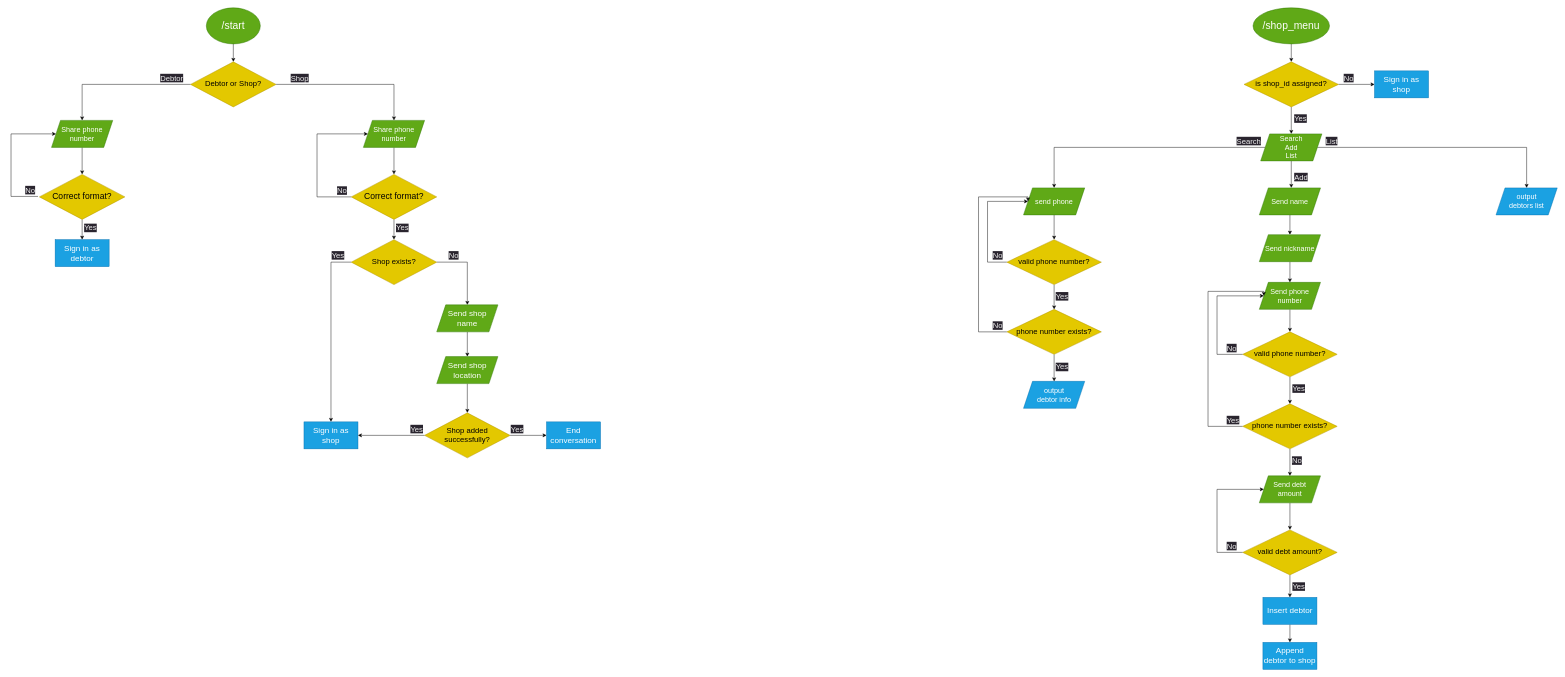
Earlier version of the draw.io diagram flowchart.drawio (sukhrobyangibaev/qarz_daftar). Source tidied: cells renumbered, new cells numbered last; positions are measured from the earlier drawing's top-left corner, leaving out a move shared by most shapes. Both pictures are drawn from the tidied source at 45%, with x=0, y=0 at pixel (11, 8).
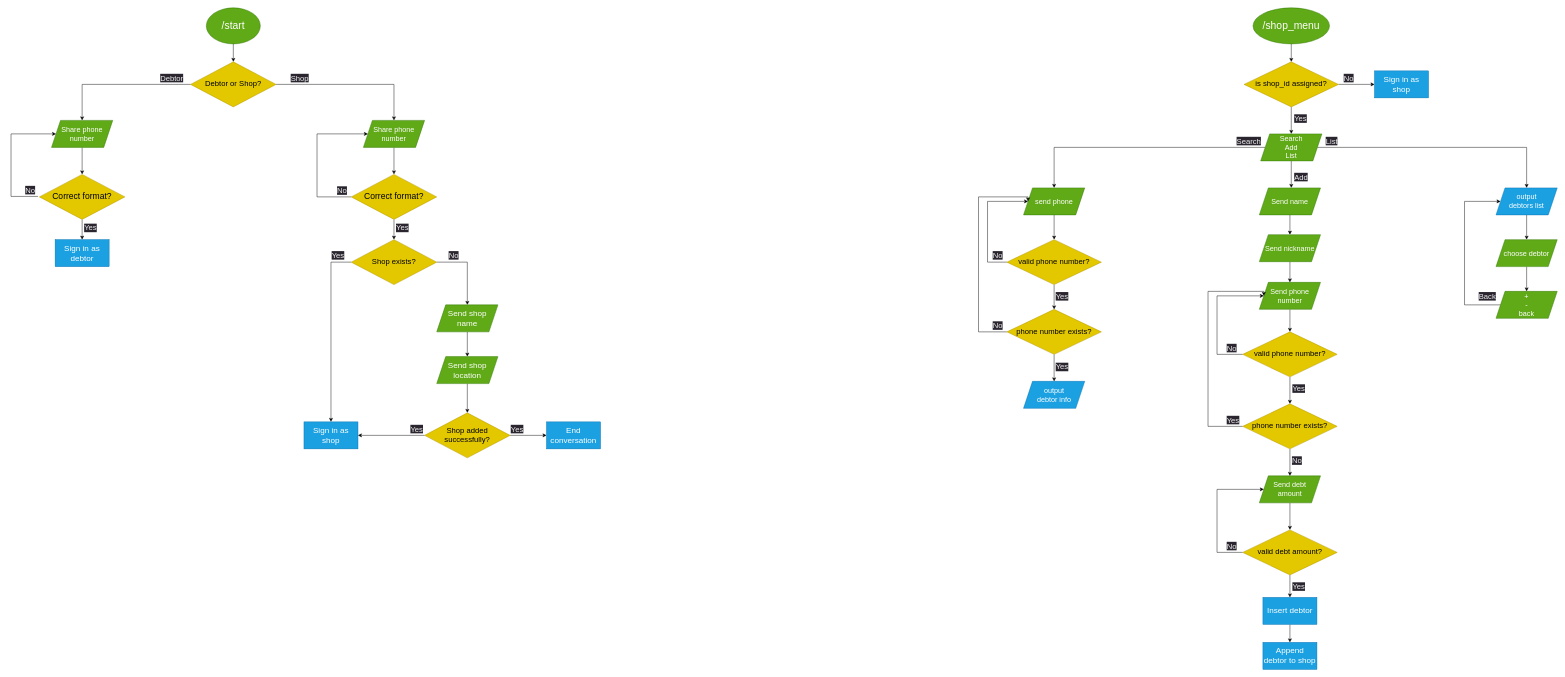
After the change.

The change refers to these unchanged cells:
```xml
<mxCell id="94" value="&lt;font style=&quot;font-size: 16px;&quot;&gt;output &lt;br&gt;debtors list&lt;br&gt;&lt;/font&gt;" style="shape=parallelogram;perimeter=parallelogramPerimeter;whiteSpace=wrap;html=1;fixedSize=1;fillColor=#1ba1e2;fontColor=#ffffff;strokeColor=#006EAF;" parent="1" vertex="1">
  <mxGeometry x="3300" y="400" width="136" height="60" as="geometry" />
</mxCell>
```

Diff of the diagram source:
```diff
@@
+    <mxCell id="95" style="edgeStyle=orthogonalEdgeStyle;rounded=0;jettySize=auto;html=1;exitX=0.5;exitY=1;exitDx=0;exitDy=0;entryX=0.5;entryY=0;entryDx=0;entryDy=0;" parent="1" edge="1" source="94" target="97">
+      <mxGeometry relative="1" as="geometry" />
+    </mxCell>
@@
+    <mxCell id="96" style="edgeStyle=orthogonalEdgeStyle;rounded=0;jettySize=auto;html=1;exitX=0.5;exitY=1;exitDx=0;exitDy=0;entryX=0.5;entryY=0;entryDx=0;entryDy=0;" parent="1" edge="1" source="97" target="99">
+      <mxGeometry relative="1" as="geometry" />
+    </mxCell>
+    <mxCell id="97" value="&lt;font style=&quot;font-size: 16px;&quot;&gt;choose debtor&lt;br&gt;&lt;/font&gt;" style="shape=parallelogram;perimeter=parallelogramPerimeter;whiteSpace=wrap;html=1;fixedSize=1;fillColor=#60a917;fontColor=#ffffff;strokeColor=#2D7600;" parent="1" vertex="1">
+      <mxGeometry x="3300" y="515" width="136" height="60" as="geometry" />
+    </mxCell>
+    <mxCell id="98" style="edgeStyle=orthogonalEdgeStyle;rounded=0;jettySize=auto;html=1;exitX=0;exitY=0.5;exitDx=0;exitDy=0;entryX=0;entryY=0.5;entryDx=0;entryDy=0;" parent="1" edge="1" source="99" target="94">
+      <mxGeometry relative="1" as="geometry">
+        <Array as="points">
+          <mxPoint x="3230" y="660" />
+          <mxPoint x="3230" y="430" />
+        </Array>
+      </mxGeometry>
+    </mxCell>
+    <mxCell id="99" value="&lt;font style=&quot;font-size: 16px;&quot;&gt;+&lt;br&gt;-&lt;br&gt;back&lt;br&gt;&lt;/font&gt;" style="shape=parallelogram;perimeter=parallelogramPerimeter;whiteSpace=wrap;html=1;fixedSize=1;fillColor=#60a917;fontColor=#ffffff;strokeColor=#2D7600;" parent="1" vertex="1">
+      <mxGeometry x="3300" y="630" width="136" height="60" as="geometry" />
+    </mxCell>
+    <mxCell id="100" value="&lt;span style=&quot;color: rgb(240, 240, 240); font-family: Helvetica; font-size: 17px; font-style: normal; font-variant-ligatures: normal; font-variant-caps: normal; font-weight: 400; letter-spacing: normal; orphans: 2; text-align: center; text-indent: 0px; text-transform: none; widows: 2; word-spacing: 0px; -webkit-text-stroke-width: 0px; background-color: rgb(42, 37, 47); text-decoration-thickness: initial; text-decoration-style: initial; text-decoration-color: initial; float: none; display: inline !important;&quot;&gt;Back&lt;/span&gt;" style="text;whiteSpace=wrap;html=1;" parent="1" vertex="1">
+      <mxGeometry x="3260" y="625" width="60" height="30" as="geometry" />
+    </mxCell>
```
